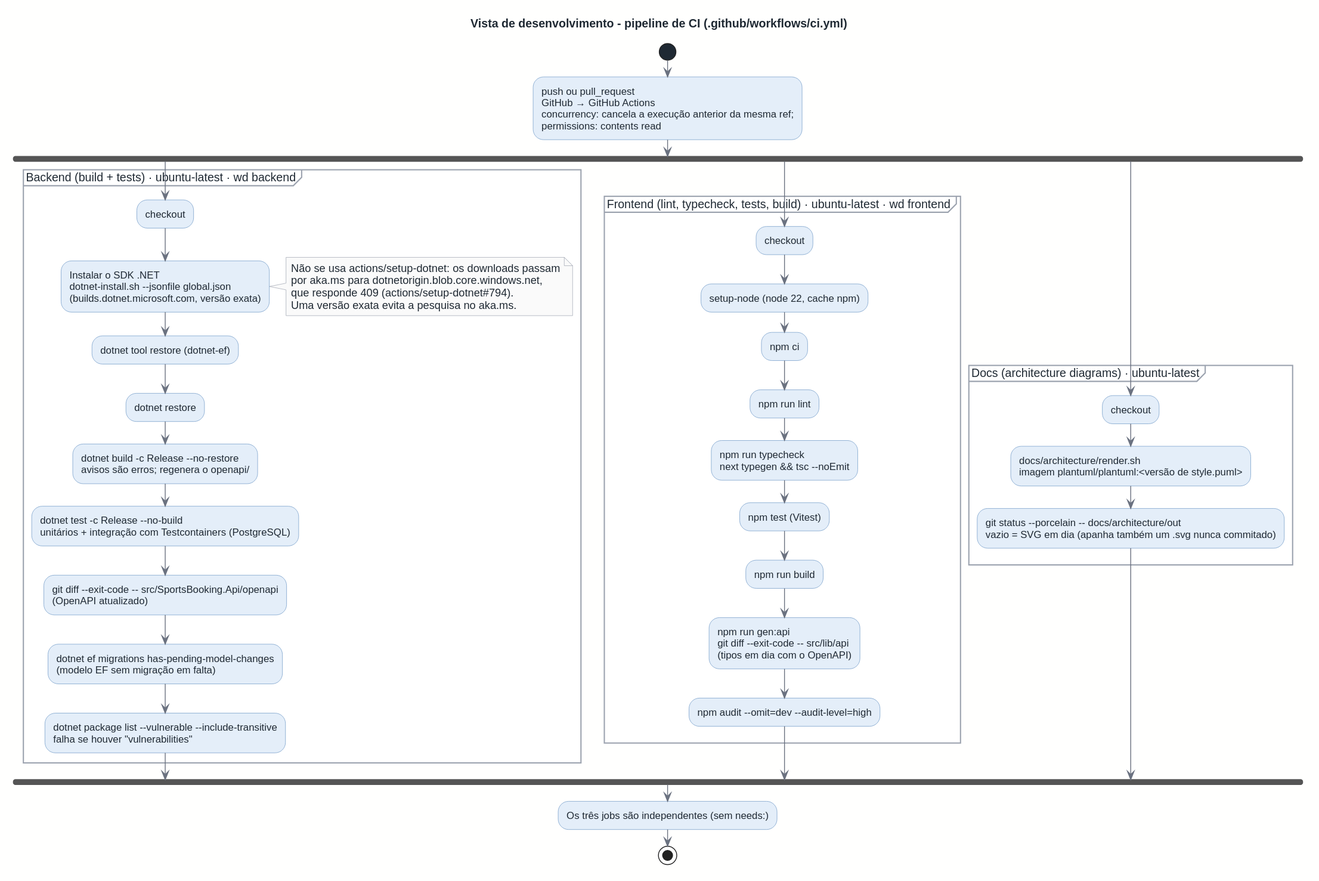
rodrigo4sousa/SportsEstablishments keeps this PlantUML diagram as docs/architecture/out/development-ci.svg. Above is the earlier version.
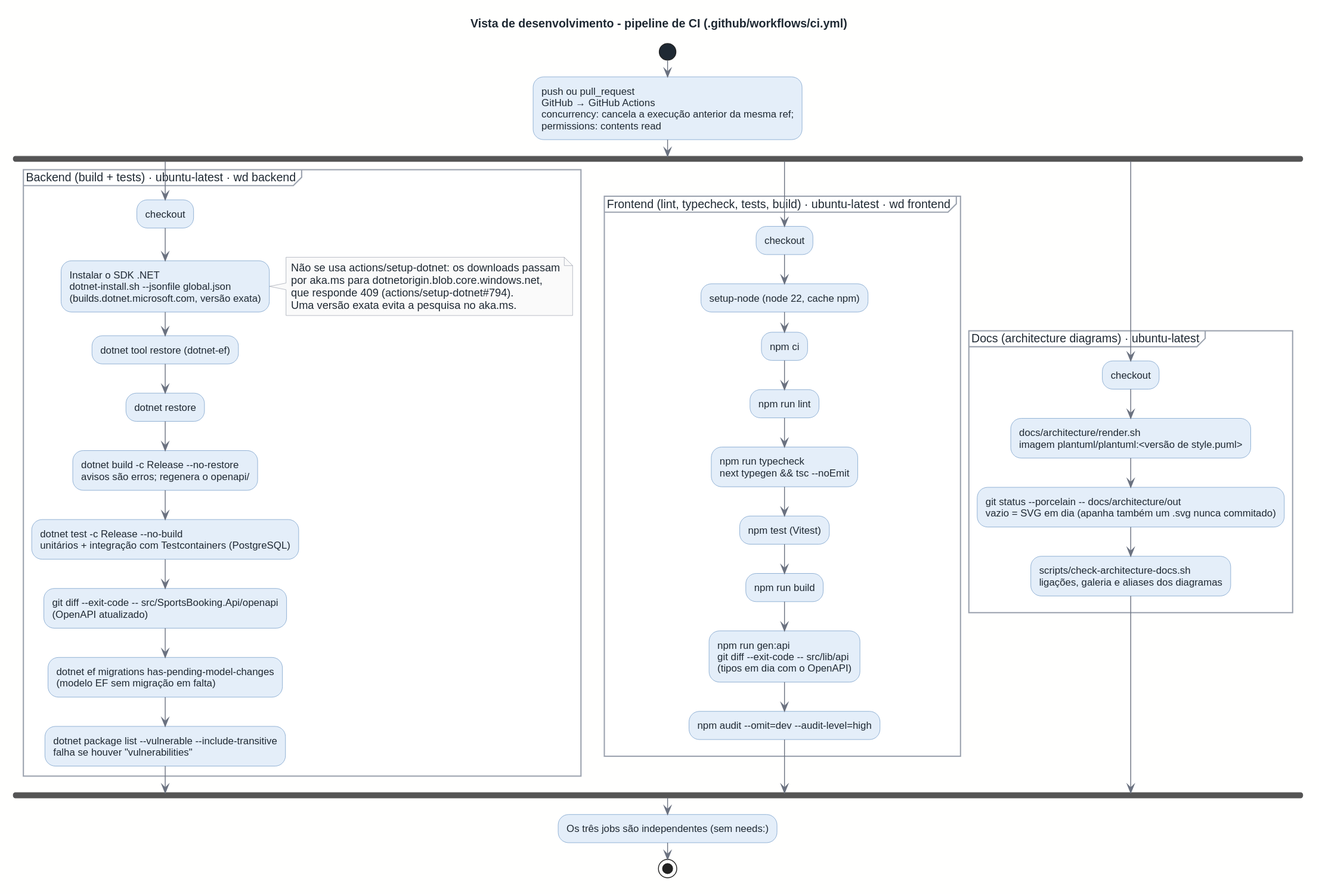
The same diagram one commit later.

Change to the diagram source:
```diff
@@ -39,6 +39,8 @@
     :checkout;
     :docs/architecture/render.sh\nimagem plantuml/plantuml:<versão de style.puml>;
     :git status ~-~-porcelain -- docs/architecture/out\nvazio = SVG em dia (apanha também um .svg nunca commitado);
+    :scripts/check-architecture-docs.sh
+ligações, galeria e aliases dos diagramas;
   }
 end fork
 :Os três jobs são independentes (sem needs:);
```
